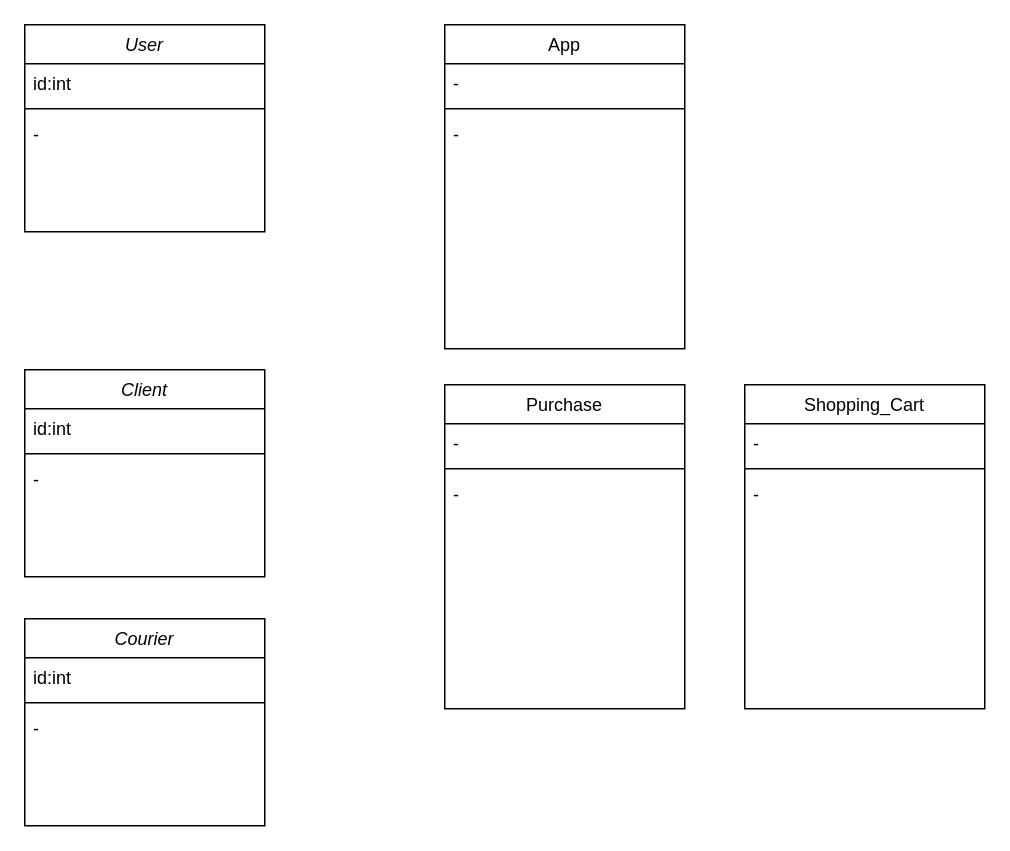
Above: class_diagram_delivery_service.drawio in MstislavRomanovski/ProgramIngeneering (draw.io), before the change. Source tidied: cells renumbered, new cells numbered last; positions are measured from the earlier drawing's top-left corner, leaving out a move shared by most shapes. Both pictures are drawn from the tidied source at 150%, with x=0, y=0 at pixel (24, 24).
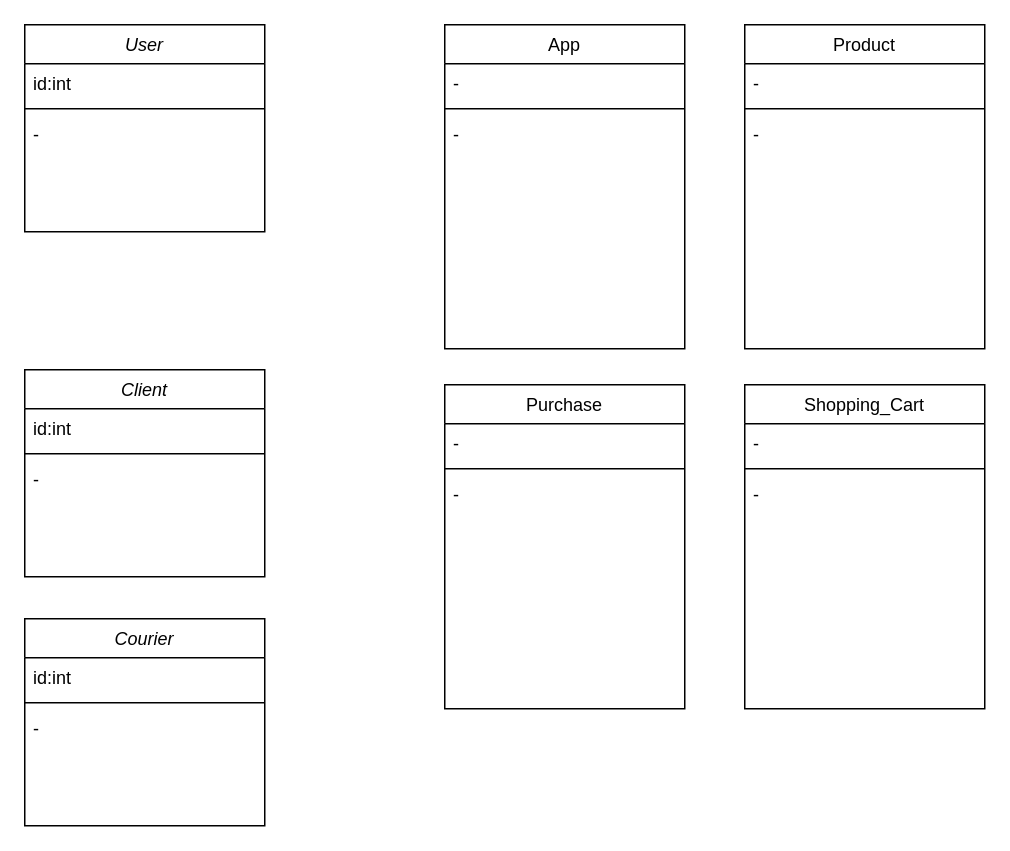
The same page after the edit.

Diff of the diagram source:
```diff
@@
+    <mxCell id="26" value="Product" style="swimlane;fontStyle=0;align=center;verticalAlign=top;horizontal=1;startSize=26;rounded=0;shadow=0;strokeWidth=1;" parent="1" vertex="1">
+      <mxGeometry x="480" width="160" height="216" as="geometry" />
+    </mxCell>
+    <mxCell id="27" value="-" style="text;align=left;verticalAlign=top;spacingLeft=4;spacingRight=4;overflow=hidden;rounded=0;shadow=0;html=0;" parent="26" vertex="1">
+      <mxGeometry y="26" width="160" height="26" as="geometry" />
+    </mxCell>
+    <mxCell id="28" style="line;html=1;strokeWidth=1;align=left;verticalAlign=middle;spacingTop=-1;spacingLeft=3;spacingRight=3;labelPosition=right;" parent="26" vertex="1">
+      <mxGeometry y="52" width="160" height="8" as="geometry" />
+    </mxCell>
+    <mxCell id="29" value="-" style="text;align=left;verticalAlign=top;spacingLeft=4;spacingRight=4;overflow=hidden;" parent="26" vertex="1">
+      <mxGeometry y="60" width="160" height="26" as="geometry" />
+    </mxCell>
```
